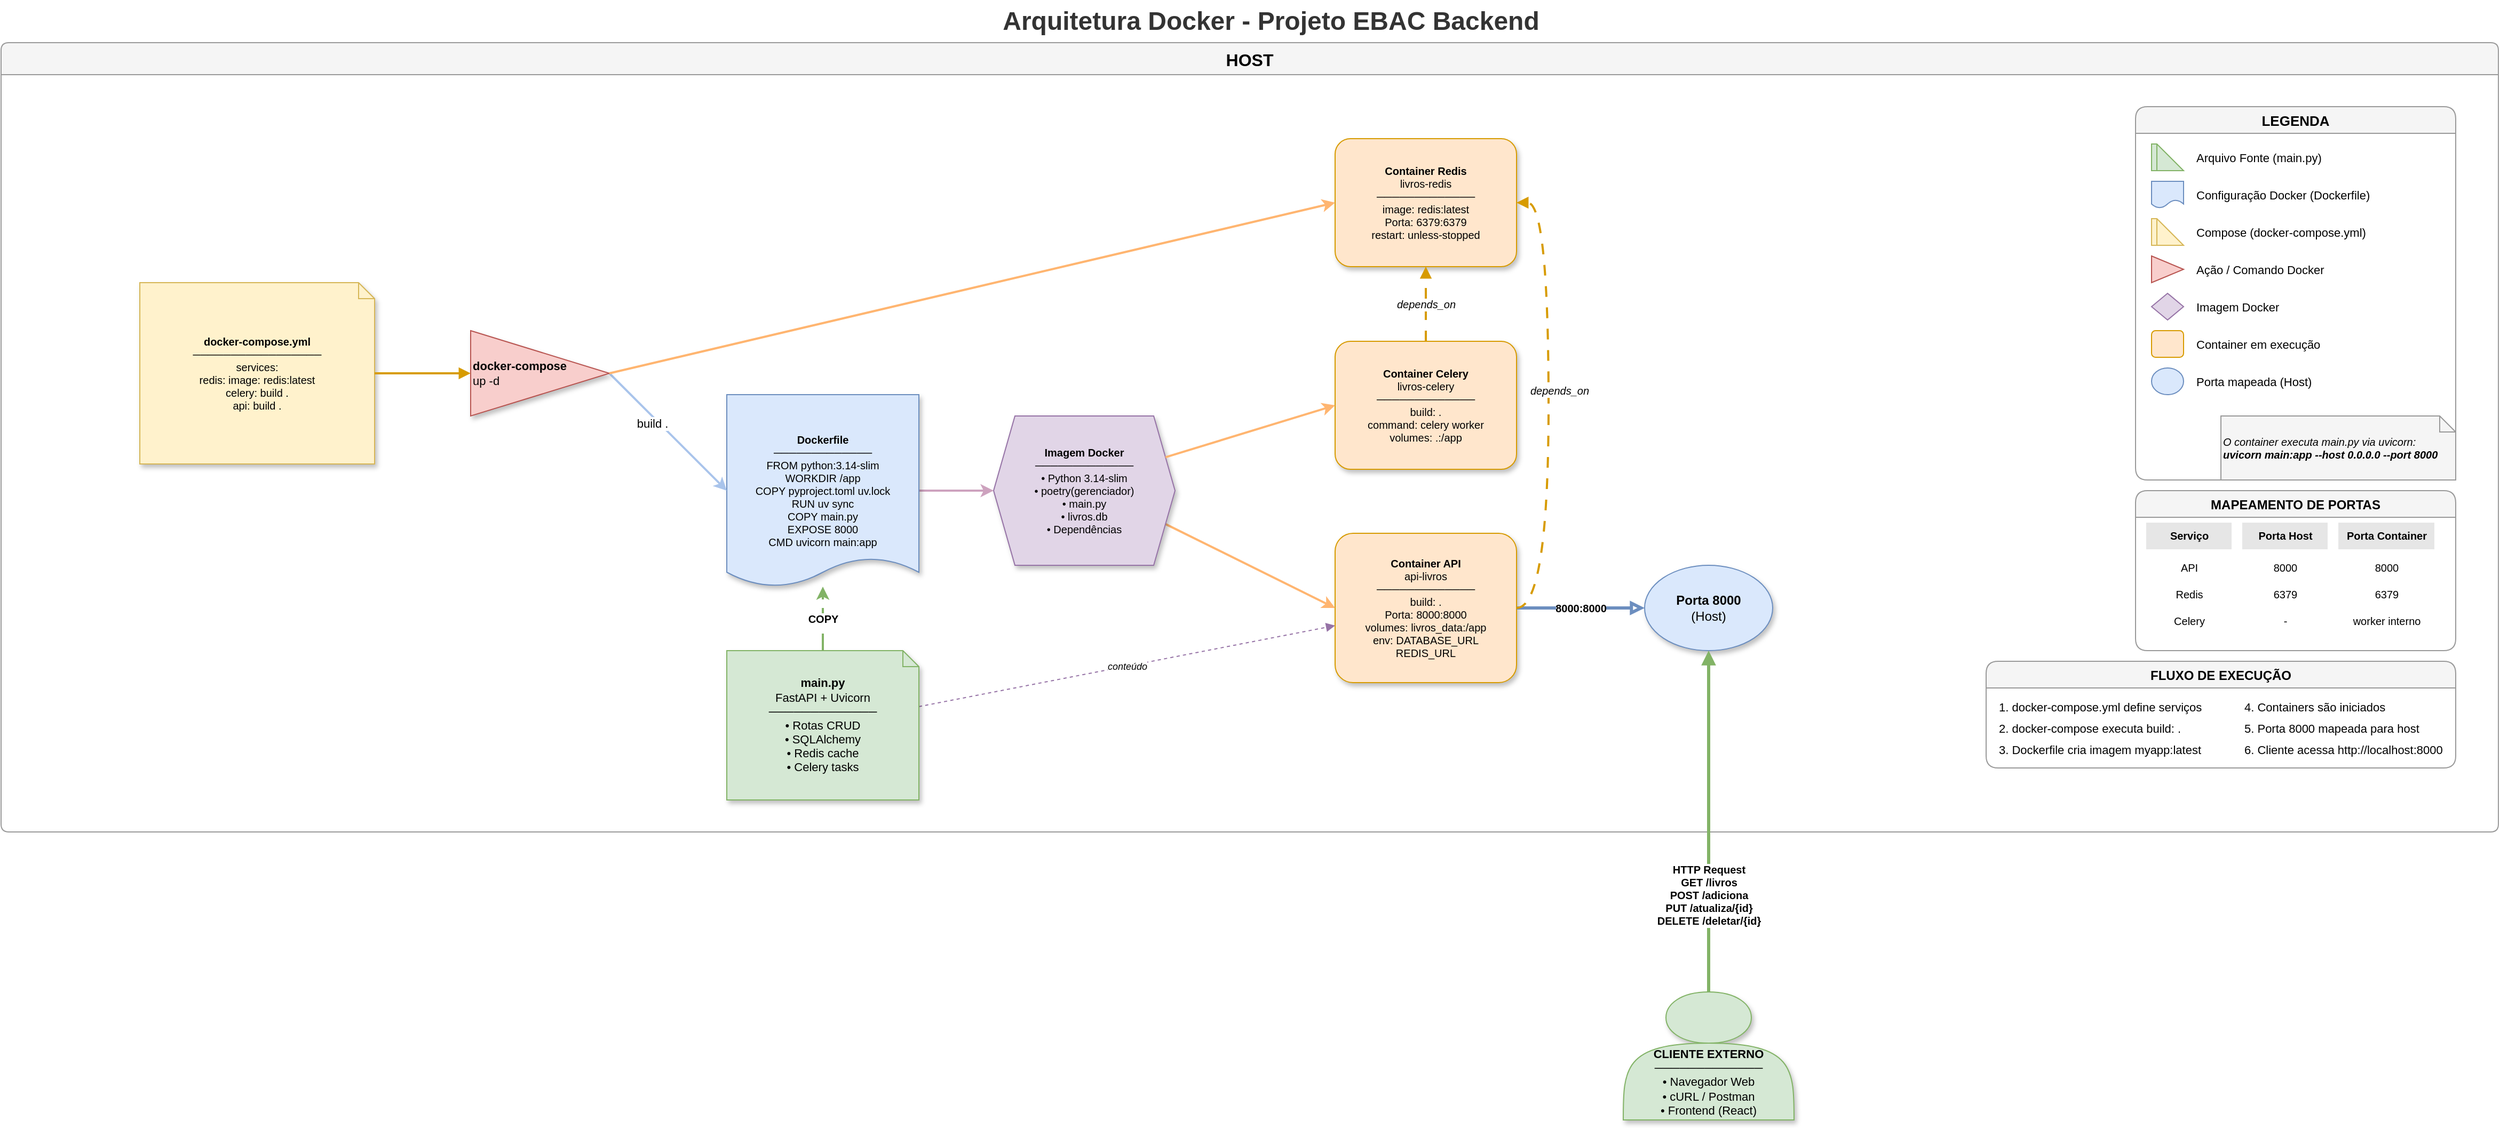
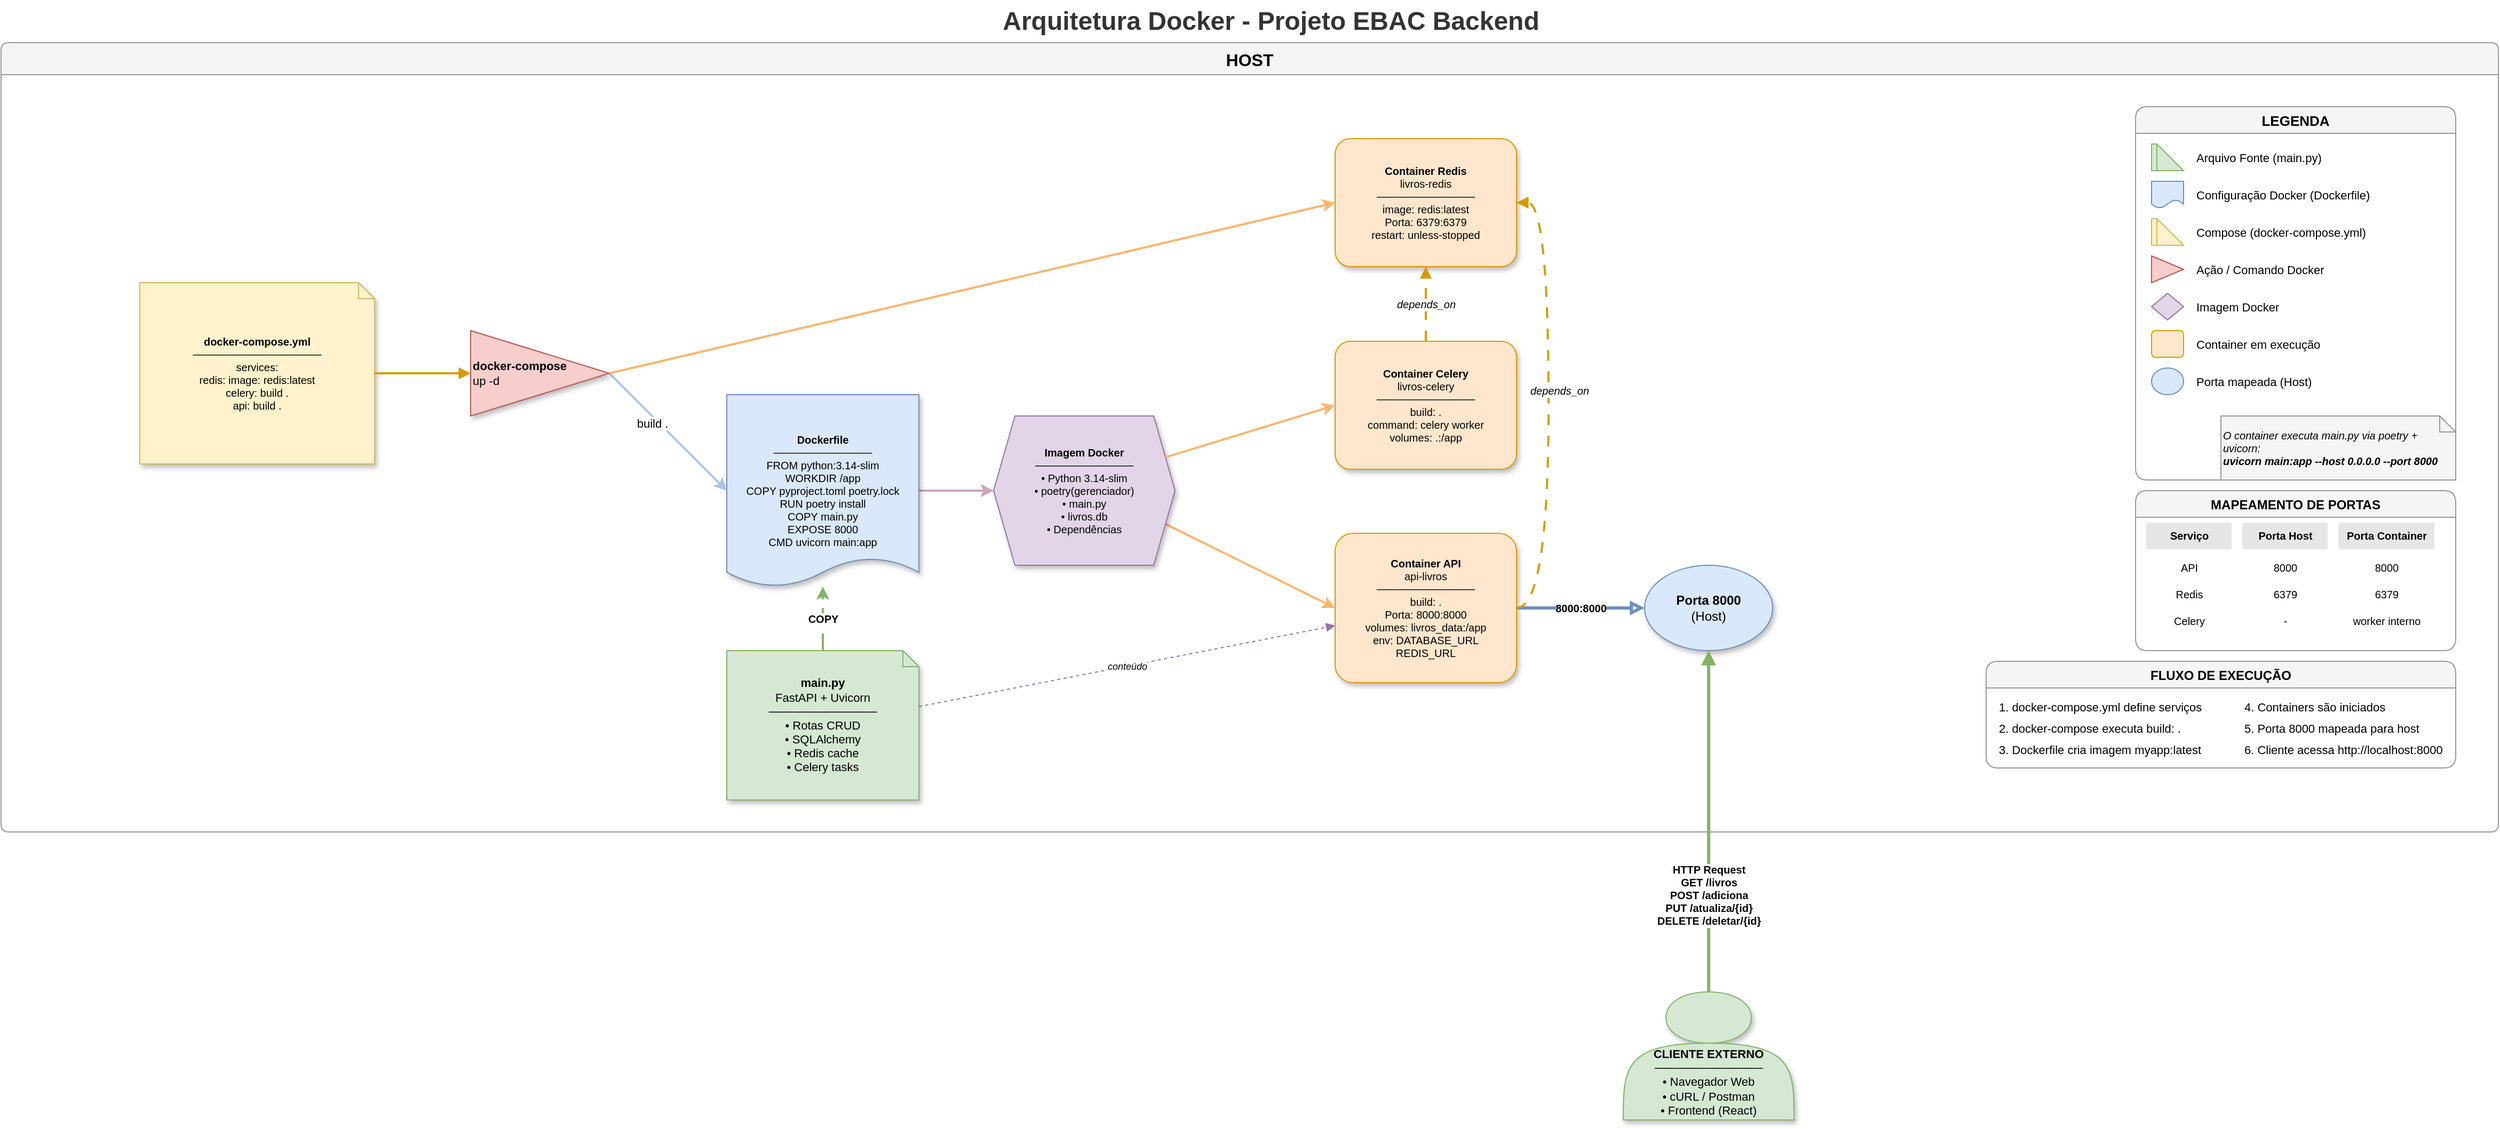
<mxfile host="Electron" agent="OpenCode">
  <diagram id="docker-flow" name="Arquitetura Docker">
    <mxGraphModel dx="4488" dy="1081" grid="1" gridSize="10" guides="1" tooltips="1" connect="1" arrows="1" fold="1" page="1" pageScale="1" pageWidth="1920" pageHeight="1080" math="0" shadow="0">
      <root>
        <mxCell id="0" />
        <mxCell id="1" parent="0" />
        <mxCell id="title" parent="1" style="text;html=1;strokeColor=none;fillColor=none;align=center;verticalAlign=middle;whiteSpace=wrap;rounded=0;fontSize=24;fontStyle=1;fontColor=#333333;" value="&lt;b&gt;Arquitetura Docker - Projeto EBAC Backend&lt;/b&gt;" vertex="1">
          <mxGeometry height="40" width="640" x="650" y="140" as="geometry" />
        </mxCell>
        <mxCell id="host_box" parent="1" style="swimlane;startSize=30;fillColor=#f5f5f5;strokeColor=#999999;fontSize=16;fontStyle=1;rounded=1;arcSize=8;" value="HOST" vertex="1">
          <mxGeometry height="740" width="2340" x="-220" y="180" as="geometry" />
        </mxCell>
        <mxCell id="QdRGQw43MtSZNEO_1GgP-9" edge="1" parent="host_box" source="dockerfile" style="edgeStyle=orthogonalEdgeStyle;rounded=0;orthogonalLoop=1;jettySize=auto;html=1;entryX=0;entryY=0.5;entryDx=0;entryDy=0;strokeWidth=2;strokeColor=light-dark(#CDA2BE,#FFFFFF);" target="image">
          <mxGeometry relative="1" as="geometry" />
        </mxCell>
-         <mxCell id="dockerfile" parent="host_box" style="shape=document;whiteSpace=wrap;html=1;fillColor=#dae8fc;strokeColor=#6c8ebf;fontSize=10;size=0.15;shadow=1;" value="&lt;b&gt;Dockerfile&lt;/b&gt;&lt;br&gt;─────────────&lt;br&gt;FROM python:3.14-slim&lt;br&gt;WORKDIR /app&lt;br&gt;COPY pyproject.toml uv.lock&lt;br&gt;RUN uv sync&lt;br&gt;COPY main.py&lt;br&gt;EXPOSE 8000&lt;br&gt;CMD uvicorn main:app" vertex="1">
+         <mxCell id="dockerfile" parent="host_box" style="shape=document;whiteSpace=wrap;html=1;fillColor=#dae8fc;strokeColor=#6c8ebf;fontSize=10;size=0.15;shadow=1;" value="&lt;b&gt;Dockerfile&lt;/b&gt;&lt;br&gt;─────────────&lt;br&gt;FROM python:3.14-slim&lt;br&gt;WORKDIR /app&lt;br&gt;COPY pyproject.toml poetry.lock&lt;br&gt;RUN poetry install&lt;br&gt;COPY main.py&lt;br&gt;EXPOSE 8000&lt;br&gt;CMD uvicorn main:app" vertex="1">
          <mxGeometry height="180" width="180" x="680" y="330" as="geometry" />
        </mxCell>
        <mxCell id="compose" parent="host_box" style="shape=note;whiteSpace=wrap;html=1;fillColor=#fff2cc;strokeColor=#d6b656;fontSize=10;size=15;shadow=1;" value="&lt;b&gt;docker-compose.yml&lt;/b&gt;&lt;br&gt;─────────────────&lt;br&gt;services:&lt;br&gt;  redis:  image: redis:latest&lt;br&gt;celery: build .&lt;div&gt;api: build .&lt;/div&gt;" vertex="1">
          <mxGeometry height="170" width="220" x="130" y="225" as="geometry" />
        </mxCell>
        <mxCell id="QdRGQw43MtSZNEO_1GgP-88" edge="1" parent="host_box" source="cmd_up" style="rounded=0;orthogonalLoop=1;jettySize=auto;html=1;entryX=0;entryY=0.5;entryDx=0;entryDy=0;strokeWidth=2;strokeColor=light-dark(#A9C4EB,#FFFFFF);exitX=1;exitY=0.5;exitDx=0;exitDy=0;" target="dockerfile">
          <mxGeometry relative="1" as="geometry" />
        </mxCell>
        <mxCell id="QdRGQw43MtSZNEO_1GgP-89" connectable="0" parent="QdRGQw43MtSZNEO_1GgP-88" style="edgeLabel;html=1;align=center;verticalAlign=middle;resizable=0;points=[];" value="build ." vertex="1">
          <mxGeometry relative="1" x="-0.2182" y="-5" as="geometry">
            <mxPoint as="offset" />
          </mxGeometry>
        </mxCell>
        <mxCell id="cmd_up" parent="host_box" style="shape=triangle;whiteSpace=wrap;html=1;fillColor=#f8cecc;strokeColor=#b85450;fontSize=11;shadow=1;align=left;" value="&lt;b&gt;docker-compose&lt;/b&gt;&lt;br&gt;up -d" vertex="1">
          <mxGeometry height="80" width="130" x="440" y="270" as="geometry" />
        </mxCell>
        <mxCell id="container_redis" parent="host_box" style="rounded=1;whiteSpace=wrap;html=1;fillColor=#ffe6cc;strokeColor=#d79b00;fontSize=10;shadow=1;arcSize=12;" value="&lt;b&gt;Container Redis&lt;/b&gt;&lt;br&gt;livros-redis&lt;br&gt;─────────────&lt;br&gt;image: redis:latest&lt;br&gt;Porta: 6379:6379&lt;br&gt;restart: unless-stopped" vertex="1">
          <mxGeometry height="120" width="170" x="1250" y="90" as="geometry" />
        </mxCell>
        <mxCell id="container_celery" parent="host_box" style="rounded=1;whiteSpace=wrap;html=1;fillColor=#ffe6cc;strokeColor=#d79b00;fontSize=10;shadow=1;arcSize=12;" value="&lt;b&gt;Container Celery&lt;/b&gt;&lt;br&gt;livros-celery&lt;br&gt;─────────────&lt;br&gt;build: .&lt;br&gt;command: celery worker&lt;br&gt;volumes: .:/app" vertex="1">
          <mxGeometry height="120" width="170" x="1250" y="280" as="geometry" />
        </mxCell>
        <mxCell id="container_api" parent="host_box" style="rounded=1;whiteSpace=wrap;html=1;fillColor=#ffe6cc;strokeColor=#d79b00;fontSize=10;shadow=1;arcSize=12;" value="&lt;b&gt;Container API&lt;/b&gt;&lt;br&gt;api-livros&lt;br&gt;─────────────&lt;br&gt;build: .&lt;br&gt;Porta: 8000:8000&lt;div&gt;volumes:&amp;nbsp;livros_data:/app&lt;br&gt;env: DATABASE_URL&lt;br&gt;     REDIS_URL&lt;br&gt;&lt;/div&gt;" vertex="1">
          <mxGeometry height="140" width="170" x="1250" y="460" as="geometry" />
        </mxCell>
        <mxCell id="porta_host" parent="host_box" style="ellipse;whiteSpace=wrap;html=1;fillColor=#dae8fc;strokeColor=#6c8ebf;fontSize=12;shadow=1;" value="&lt;b&gt;Porta 8000&lt;/b&gt;&lt;br&gt;(Host)" vertex="1">
          <mxGeometry height="80" width="120" x="1540" y="490" as="geometry" />
        </mxCell>
        <mxCell id="legenda_box" parent="host_box" style="swimlane;startSize=25;fillColor=#f5f5f5;strokeColor=#999999;fontSize=13;fontStyle=1;rounded=1;" value="LEGENDA" vertex="1">
          <mxGeometry height="350" width="300" x="2000" y="60" as="geometry" />
        </mxCell>
        <mxCell id="leg1" parent="legenda_box" style="shape=note;fillColor=#d5e8d4;strokeColor=#82b366;" value="" vertex="1">
          <mxGeometry height="25" width="30" x="15" y="35" as="geometry" />
        </mxCell>
        <mxCell id="leg1_txt" parent="legenda_box" style="text;html=1;strokeColor=none;fillColor=none;align=left;fontSize=11;" value="Arquivo Fonte (main.py)" vertex="1">
          <mxGeometry height="25" width="180" x="55" y="35" as="geometry" />
        </mxCell>
        <mxCell id="leg2" parent="legenda_box" style="shape=document;fillColor=#dae8fc;strokeColor=#6c8ebf;" value="" vertex="1">
          <mxGeometry height="25" width="30" x="15" y="70" as="geometry" />
        </mxCell>
        <mxCell id="leg2_txt" parent="legenda_box" style="text;html=1;strokeColor=none;fillColor=none;align=left;fontSize=11;" value="Configuração Docker (Dockerfile)" vertex="1">
          <mxGeometry height="25" width="200" x="55" y="70" as="geometry" />
        </mxCell>
        <mxCell id="leg3" parent="legenda_box" style="shape=note;fillColor=#fff2cc;strokeColor=#d6b656;" value="" vertex="1">
          <mxGeometry height="25" width="30" x="15" y="105" as="geometry" />
        </mxCell>
        <mxCell id="leg3_txt" parent="legenda_box" style="text;html=1;strokeColor=none;fillColor=none;align=left;fontSize=11;" value="Compose (docker-compose.yml)" vertex="1">
          <mxGeometry height="25" width="190" x="55" y="105" as="geometry" />
        </mxCell>
        <mxCell id="leg4" parent="legenda_box" style="shape=triangle;fillColor=#f8cecc;strokeColor=#b85450;" value="" vertex="1">
          <mxGeometry height="25" width="30" x="15" y="140" as="geometry" />
        </mxCell>
        <mxCell id="leg4_txt" parent="legenda_box" style="text;html=1;strokeColor=none;fillColor=none;align=left;fontSize=11;" value="Ação / Comando Docker" vertex="1">
          <mxGeometry height="25" width="170" x="55" y="140" as="geometry" />
        </mxCell>
        <mxCell id="leg5" parent="legenda_box" style="shape=hexagon;fillColor=#e1d5e7;strokeColor=#9673a6;perimeter=hexagonPerimeter2;fixedSize=1;" value="" vertex="1">
          <mxGeometry height="25" width="30" x="15" y="175" as="geometry" />
        </mxCell>
        <mxCell id="leg5_txt" parent="legenda_box" style="text;html=1;strokeColor=none;fillColor=none;align=left;fontSize=11;" value="Imagem Docker" vertex="1">
          <mxGeometry height="25" width="130" x="55" y="175" as="geometry" />
        </mxCell>
        <mxCell id="leg6" parent="legenda_box" style="rounded=1;fillColor=#ffe6cc;strokeColor=#d79b00;" value="" vertex="1">
          <mxGeometry height="25" width="30" x="15" y="210" as="geometry" />
        </mxCell>
        <mxCell id="leg6_txt" parent="legenda_box" style="text;html=1;strokeColor=none;fillColor=none;align=left;fontSize=11;" value="Container em execução" vertex="1">
          <mxGeometry height="25" width="160" x="55" y="210" as="geometry" />
        </mxCell>
        <mxCell id="leg7" parent="legenda_box" style="ellipse;fillColor=#dae8fc;strokeColor=#6c8ebf;" value="" vertex="1">
          <mxGeometry height="25" width="30" x="15" y="245" as="geometry" />
        </mxCell>
        <mxCell id="leg7_txt" parent="legenda_box" style="text;html=1;strokeColor=none;fillColor=none;align=left;fontSize=11;" value="Porta mapeada (Host)" vertex="1">
          <mxGeometry height="25" width="160" x="55" y="245" as="geometry" />
        </mxCell>
-         <mxCell id="note_container" parent="legenda_box" style="shape=note;whiteSpace=wrap;html=1;fillColor=#f5f5f5;strokeColor=#999999;fontSize=10;align=left;size=15;" value="&lt;i&gt;O container executa main.py via uvicorn:&lt;br&gt;&lt;b&gt;uvicorn main:app --host 0.0.0.0 --port 8000&lt;/b&gt;" vertex="1">
+         <mxCell id="note_container" parent="legenda_box" style="shape=note;whiteSpace=wrap;html=1;fillColor=#f5f5f5;strokeColor=#999999;fontSize=10;align=left;size=15;" value="&lt;i&gt;O container executa main.py via poetry + uvicorn:&lt;br&gt;&lt;b&gt;uvicorn main:app --host 0.0.0.0 --port 8000&lt;/b&gt;" vertex="1">
          <mxGeometry height="60" width="220" x="80" y="290" as="geometry" />
        </mxCell>
        <mxCell id="tabela_portas" parent="host_box" style="swimlane;startSize=25;fillColor=#f5f5f5;strokeColor=#999999;fontSize=12;fontStyle=1;rounded=1;" value="MAPEAMENTO DE PORTAS" vertex="1">
          <mxGeometry height="150" width="300" x="2000" y="420" as="geometry" />
        </mxCell>
        <mxCell id="tp_header" parent="tabela_portas" style="text;html=1;strokeColor=none;fillColor=#e6e6e6;align=center;fontSize=10;fontStyle=1;" value="&lt;b&gt;Serviço&lt;/b&gt;" vertex="1">
          <mxGeometry height="25" width="80" x="10" y="30" as="geometry" />
        </mxCell>
        <mxCell id="tp_header2" parent="tabela_portas" style="text;html=1;strokeColor=none;fillColor=#e6e6e6;align=center;fontSize=10;fontStyle=1;" value="&lt;b&gt;Porta Host&lt;/b&gt;" vertex="1">
          <mxGeometry height="25" width="80" x="100" y="30" as="geometry" />
        </mxCell>
        <mxCell id="tp_header3" parent="tabela_portas" style="text;html=1;strokeColor=none;fillColor=#e6e6e6;align=center;fontSize=10;fontStyle=1;" value="&lt;b&gt;Porta Container&lt;/b&gt;" vertex="1">
          <mxGeometry height="25" width="90" x="190" y="30" as="geometry" />
        </mxCell>
        <mxCell id="tp1" parent="tabela_portas" style="text;html=1;strokeColor=none;fillColor=none;align=center;fontSize=10;" value="API" vertex="1">
          <mxGeometry height="20" width="80" x="10" y="60" as="geometry" />
        </mxCell>
        <mxCell id="tp2" parent="tabela_portas" style="text;html=1;strokeColor=none;fillColor=none;align=center;fontSize=10;" value="8000" vertex="1">
          <mxGeometry height="20" width="80" x="100" y="60" as="geometry" />
        </mxCell>
        <mxCell id="tp3" parent="tabela_portas" style="text;html=1;strokeColor=none;fillColor=none;align=center;fontSize=10;" value="8000" vertex="1">
          <mxGeometry height="20" width="80" x="195" y="60" as="geometry" />
        </mxCell>
        <mxCell id="tp4" parent="tabela_portas" style="text;html=1;strokeColor=none;fillColor=none;align=center;fontSize=10;" value="Redis" vertex="1">
          <mxGeometry height="20" width="80" x="10" y="85" as="geometry" />
        </mxCell>
        <mxCell id="tp5" parent="tabela_portas" style="text;html=1;strokeColor=none;fillColor=none;align=center;fontSize=10;" value="6379" vertex="1">
          <mxGeometry height="20" width="80" x="100" y="85" as="geometry" />
        </mxCell>
        <mxCell id="tp6" parent="tabela_portas" style="text;html=1;strokeColor=none;fillColor=none;align=center;fontSize=10;" value="6379" vertex="1">
          <mxGeometry height="20" width="80" x="195" y="85" as="geometry" />
        </mxCell>
        <mxCell id="tp7" parent="tabela_portas" style="text;html=1;strokeColor=none;fillColor=none;align=center;fontSize=10;" value="Celery" vertex="1">
          <mxGeometry height="20" width="80" x="10" y="110" as="geometry" />
        </mxCell>
        <mxCell id="tp8" parent="tabela_portas" style="text;html=1;strokeColor=none;fillColor=none;align=center;fontSize=10;" value="-" vertex="1">
          <mxGeometry height="20" width="80" x="100" y="110" as="geometry" />
        </mxCell>
        <mxCell id="tp9" parent="tabela_portas" style="text;html=1;strokeColor=none;fillColor=none;align=center;fontSize=10;" value="worker interno" vertex="1">
          <mxGeometry height="20" width="100" x="185" y="110" as="geometry" />
        </mxCell>
        <mxCell id="fluxo_box" parent="host_box" style="swimlane;startSize=25;fillColor=#f5f5f5;strokeColor=#999999;fontSize=12;fontStyle=1;rounded=1;" value="FLUXO DE EXECUÇÃO" vertex="1">
          <mxGeometry height="100" width="440" x="1860" y="580" as="geometry" />
        </mxCell>
        <mxCell id="fluxo1" parent="fluxo_box" style="text;html=1;strokeColor=none;fillColor=none;align=left;fontSize=11;" value="1. docker-compose.yml define serviços" vertex="1">
          <mxGeometry height="20" width="200" x="10" y="30" as="geometry" />
        </mxCell>
        <mxCell id="fluxo2" parent="fluxo_box" style="text;html=1;strokeColor=none;fillColor=none;align=left;fontSize=11;" value="2. docker-compose executa build: ." vertex="1">
          <mxGeometry height="20" width="210" x="10" y="50" as="geometry" />
        </mxCell>
        <mxCell id="fluxo3" parent="fluxo_box" style="text;html=1;strokeColor=none;fillColor=none;align=left;fontSize=11;" value="3. Dockerfile cria imagem myapp:latest" vertex="1">
          <mxGeometry height="20" width="230" x="10" y="70" as="geometry" />
        </mxCell>
        <mxCell id="fluxo4" parent="fluxo_box" style="text;html=1;strokeColor=none;fillColor=none;align=left;fontSize=11;" value="4. Containers são iniciados" vertex="1">
          <mxGeometry height="20" width="180" x="240" y="30" as="geometry" />
        </mxCell>
        <mxCell id="fluxo5" parent="fluxo_box" style="text;html=1;strokeColor=none;fillColor=none;align=left;fontSize=11;" value="5. Porta 8000 mapeada para host" vertex="1">
          <mxGeometry height="20" width="210" x="240" y="50" as="geometry" />
        </mxCell>
        <mxCell id="fluxo6" parent="fluxo_box" style="text;html=1;strokeColor=none;fillColor=none;align=left;fontSize=11;" value="6. Cliente acessa http://localhost:8000" vertex="1">
          <mxGeometry height="20" width="230" x="240" y="70" as="geometry" />
        </mxCell>
        <mxCell id="QdRGQw43MtSZNEO_1GgP-10" edge="1" parent="host_box" source="image" style="rounded=0;orthogonalLoop=1;jettySize=auto;html=1;entryX=0;entryY=0.5;entryDx=0;entryDy=0;strokeWidth=2;strokeColor=light-dark(#FFB570,#FFFFFF);exitX=1;exitY=0.75;exitDx=0;exitDy=0;" target="container_api">
          <mxGeometry relative="1" as="geometry" />
        </mxCell>
        <mxCell id="image" parent="host_box" style="shape=hexagon;perimeter=hexagonPerimeter2;whiteSpace=wrap;html=1;fixedSize=1;fillColor=#e1d5e7;strokeColor=#9673a6;fontSize=10;shadow=1;" value="&lt;b&gt;Imagem Docker&lt;/b&gt;&lt;br&gt;─────────────&lt;br&gt;• Python 3.14-slim&lt;br&gt;• poetry(gerenciador)&lt;br&gt;• main.py&lt;br&gt;• livros.db&lt;br&gt;• Dependências" vertex="1">
          <mxGeometry height="140" width="170" x="930" y="350" as="geometry" />
        </mxCell>
        <mxCell id="QdRGQw43MtSZNEO_1GgP-11" edge="1" parent="host_box" source="image" style="rounded=0;orthogonalLoop=1;jettySize=auto;html=1;entryX=0;entryY=0.5;entryDx=0;entryDy=0;strokeWidth=2;strokeColor=light-dark(#FFB570,#FFFFFF);exitX=1;exitY=0.25;exitDx=0;exitDy=0;" target="container_celery">
          <mxGeometry relative="1" as="geometry">
            <mxPoint x="1180" y="480" as="sourcePoint" />
            <mxPoint x="1339" y="559" as="targetPoint" />
          </mxGeometry>
        </mxCell>
        <mxCell id="QdRGQw43MtSZNEO_1GgP-13" edge="1" parent="host_box" source="cmd_up" style="rounded=0;orthogonalLoop=1;jettySize=auto;html=1;entryX=0;entryY=0.5;entryDx=0;entryDy=0;strokeWidth=2;strokeColor=light-dark(#FFB570,#FFFFFF);exitX=1;exitY=0.5;exitDx=0;exitDy=0;" target="container_redis">
          <mxGeometry relative="1" as="geometry">
            <mxPoint x="620" y="294.9999999999998" as="sourcePoint" />
            <mxPoint x="1309" y="370" as="targetPoint" />
          </mxGeometry>
        </mxCell>
        <mxCell id="arrow1" edge="1" parent="host_box" source="main_py" style="endArrow=classic;html=1;rounded=0;strokeWidth=2;dashed=1;dashPattern=8 4;strokeColor=#82b366;fontSize=10;fontStyle=1;endFill=1;startArrow=none;startFill=0;" target="dockerfile" value="COPY">
          <mxGeometry relative="1" as="geometry" />
        </mxCell>
        <mxCell id="arrow4" edge="1" parent="host_box" source="compose" style="endArrow=block;html=1;rounded=0;strokeWidth=2;strokeColor=#d79b00;" target="cmd_up" value="">
          <mxGeometry relative="1" as="geometry" />
        </mxCell>
        <mxCell id="arrow7" edge="1" parent="host_box" source="container_api" style="endArrow=block;endFill=0;html=1;rounded=0;strokeWidth=3;strokeColor=#6c8ebf;fontSize=10;fontStyle=1;" target="porta_host" value="8000:8000">
          <mxGeometry relative="1" as="geometry" />
        </mxCell>
        <mxCell id="arrow8" edge="1" parent="host_box" source="container_celery" style="endArrow=block;html=1;rounded=0;strokeWidth=2;dashed=1;dashPattern=5 5;strokeColor=#d79b00;fontSize=10;fontStyle=2;" target="container_redis" value="depends_on">
          <mxGeometry relative="1" x="-0.0041" as="geometry">
            <mxPoint as="offset" />
          </mxGeometry>
        </mxCell>
        <mxCell id="arrow8b" edge="1" parent="host_box" source="container_api" style="endArrow=block;html=1;rounded=0;strokeWidth=2;dashed=1;dashPattern=5 5;strokeColor=#d79b00;fontSize=10;fontStyle=2;edgeStyle=orthogonalEdgeStyle;curved=1;" target="container_redis" value="">
          <mxGeometry relative="1" as="geometry">
            <Array as="points">
              <mxPoint x="1450" y="530" />
              <mxPoint x="1450" y="150" />
            </Array>
          </mxGeometry>
        </mxCell>
        <mxCell id="QdRGQw43MtSZNEO_1GgP-15" connectable="0" parent="arrow8b" style="edgeLabel;html=1;align=center;verticalAlign=middle;resizable=0;points=[];" value="&lt;span style=&quot;font-size: 10px; font-style: italic;&quot;&gt;depends_on&lt;/span&gt;" vertex="1">
          <mxGeometry relative="1" x="0.1208" y="-1" as="geometry">
            <mxPoint x="9" y="12" as="offset" />
          </mxGeometry>
        </mxCell>
        <mxCell id="arrow11" edge="1" parent="host_box" source="main_py" style="endArrow=block;html=1;rounded=0;strokeWidth=1;dashed=1;dashPattern=3 3;strokeColor=#9673a6;fontSize=9;fontStyle=2;" target="container_api" value="conteúdo">
          <mxGeometry relative="1" as="geometry" />
        </mxCell>
        <mxCell id="main_py" parent="host_box" style="shape=note;whiteSpace=wrap;html=1;fillColor=#d5e8d4;strokeColor=#82b366;fontSize=11;size=15;shadow=1;" value="&lt;b&gt;main.py&lt;/b&gt;&lt;br&gt;FastAPI + Uvicorn&lt;br&gt;─────────────&lt;br&gt;• Rotas CRUD&lt;br&gt;• SQLAlchemy&lt;br&gt;• Redis cache&lt;br&gt;• Celery tasks" vertex="1">
          <mxGeometry height="140" width="180" x="680" y="570" as="geometry" />
        </mxCell>
        <mxCell id="cliente" parent="1" style="shape=actor;whiteSpace=wrap;html=1;fillColor=#d5e8d4;strokeColor=#82b366;fontSize=11;shadow=1;verticalAlign=bottom;" value="&lt;b&gt;CLIENTE EXTERNO&lt;/b&gt;&lt;br&gt;─────────────&lt;br&gt;• Navegador Web&lt;br&gt;• cURL / Postman&lt;br&gt;• Frontend (React)" vertex="1">
          <mxGeometry height="120" width="160" x="1300" y="1070" as="geometry" />
        </mxCell>
        <mxCell id="arrow10" edge="1" parent="1" source="cliente" style="endArrow=block;html=1;rounded=0;strokeWidth=3;strokeColor=#82b366;fontSize=10;fontStyle=1;labelBackgroundColor=#FFFFFF;" target="porta_host" value="HTTP Request&lt;br&gt;GET /livros&lt;br&gt;POST /adiciona&lt;br&gt;PUT /atualiza/{id}&lt;br&gt;DELETE /deletar/{id}">
          <mxGeometry relative="1" x="-0.4286" as="geometry">
            <mxPoint as="offset" />
          </mxGeometry>
        </mxCell>
      </root>
    </mxGraphModel>
  </diagram>
</mxfile>
